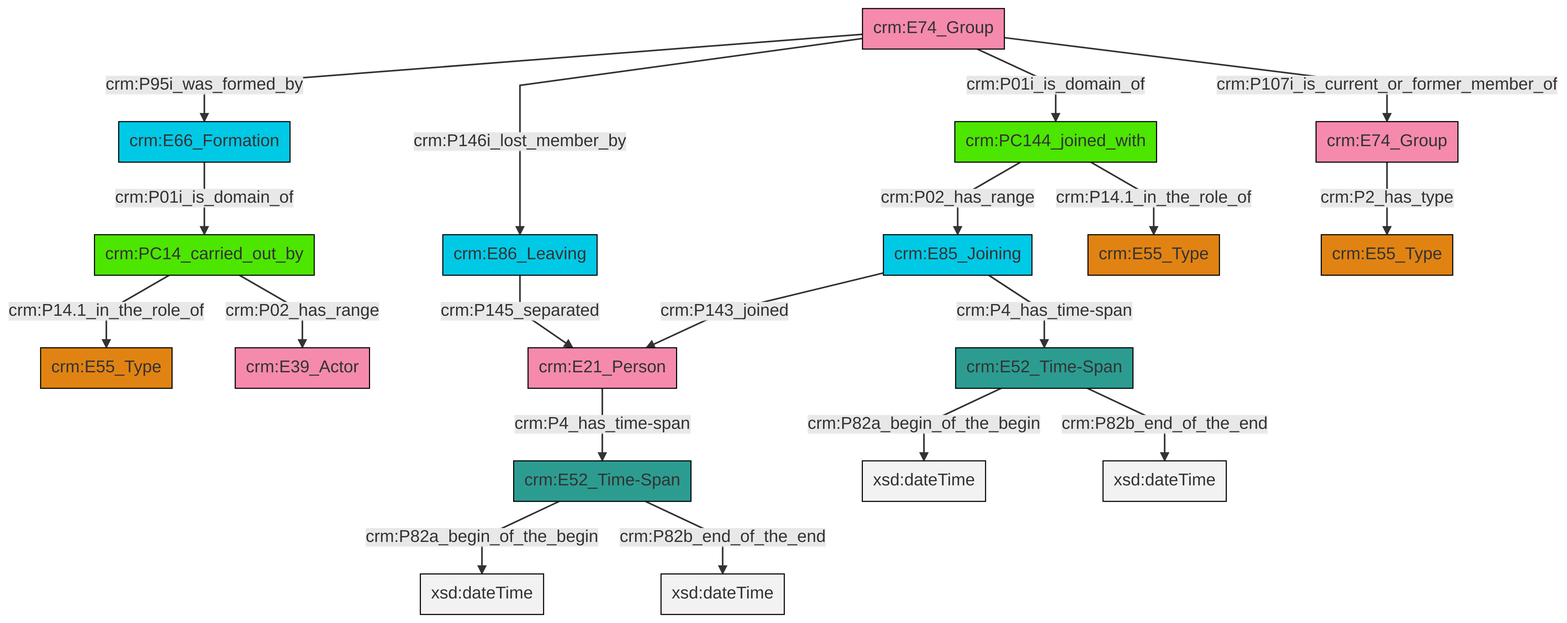
Before: et/groupCSV/ttl/mmd/png/group_actor_relations.png, a diagram exported from Mermaid (swiss-art-research-net/docs.swissartresearch). Its source is kept beside it as et/groupCSV/ttl/mmd/group_actor_relations.ttl.mmd.
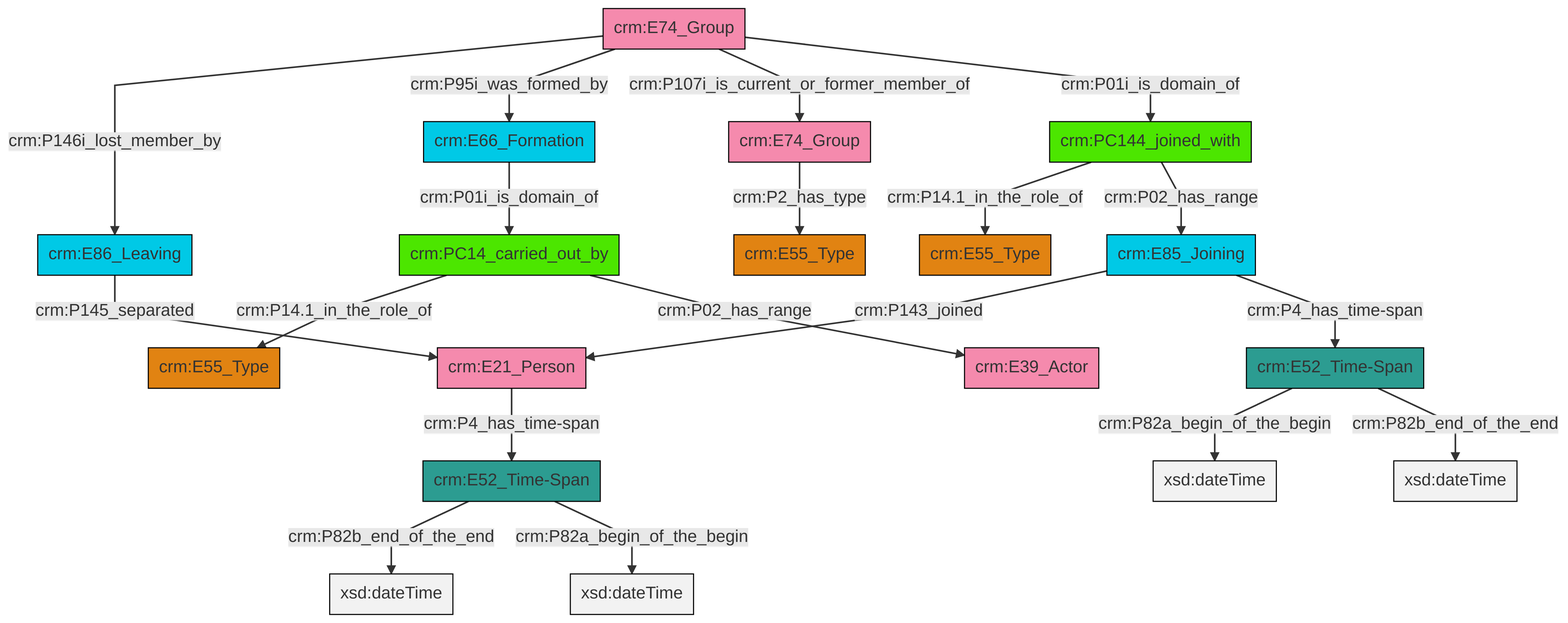
Above is the later version.

Change to the diagram source:
```diff
@@ -13,21 +13,21 @@
 classDef PC_Classes fill:#4ce600, stroke:#000000;
 classDef Multi fill:#cccccc,stroke:#000000;
 
-2["crm:PC144_joined_with"]:::PC_Classes -->|crm:P02_has_range| 3["crm:E85_Joining"]:::Temporal_Entity
-4["crm:E52_Time-Span"]:::Time-Span -->|crm:P82a_begin_of_the_begin| 5[xsd:dateTime]:::Literal
-3["crm:E85_Joining"]:::Temporal_Entity -->|crm:P143_joined| 9["crm:E21_Person"]:::Actor
-10["crm:E66_Formation"]:::Temporal_Entity -->|crm:P01i_is_domain_of| 11["crm:PC14_carried_out_by"]:::PC_Classes
-11["crm:PC14_carried_out_by"]:::PC_Classes -->|crm:P14.1_in_the_role_of| 12["crm:E55_Type"]:::Type
-13["crm:E52_Time-Span"]:::Time-Span -->|crm:P82a_begin_of_the_begin| 14[xsd:dateTime]:::Literal
-15["crm:E74_Group"]:::Actor -->|crm:P2_has_type| 16["crm:E55_Type"]:::Type
-4["crm:E52_Time-Span"]:::Time-Span -->|crm:P82b_end_of_the_end| 17[xsd:dateTime]:::Literal
-19["crm:E74_Group"]:::Actor -->|crm:P95i_was_formed_by| 10["crm:E66_Formation"]:::Temporal_Entity
-19["crm:E74_Group"]:::Actor -->|crm:P146i_lost_member_by| 20["crm:E86_Leaving"]:::Temporal_Entity
-13["crm:E52_Time-Span"]:::Time-Span -->|crm:P82b_end_of_the_end| 23[xsd:dateTime]:::Literal
-19["crm:E74_Group"]:::Actor -->|crm:P01i_is_domain_of| 2["crm:PC144_joined_with"]:::PC_Classes
-9["crm:E21_Person"]:::Actor -->|crm:P4_has_time-span| 4["crm:E52_Time-Span"]:::Time-Span
-19["crm:E74_Group"]:::Actor -->|crm:P107i_is_current_or_former_member_of| 15["crm:E74_Group"]:::Actor
-11["crm:PC14_carried_out_by"]:::PC_Classes -->|crm:P02_has_range| 7["crm:E39_Actor"]:::Actor
-20["crm:E86_Leaving"]:::Temporal_Entity -->|crm:P145_separated| 9["crm:E21_Person"]:::Actor
-3["crm:E85_Joining"]:::Temporal_Entity -->|crm:P4_has_time-span| 13["crm:E52_Time-Span"]:::Time-Span
-2["crm:PC144_joined_with"]:::PC_Classes -->|crm:P14.1_in_the_role_of| 0["crm:E55_Type"]:::Type
+2["crm:E52_Time-Span"]:::Time-Span -->|crm:P82b_end_of_the_end| 3[xsd:dateTime]:::Literal
+10["crm:PC144_joined_with"]:::PC_Classes -->|crm:P14.1_in_the_role_of| 11["crm:E55_Type"]:::Type
+0["crm:E74_Group"]:::Actor -->|crm:P146i_lost_member_by| 8["crm:E86_Leaving"]:::Temporal_Entity
+15["crm:E66_Formation"]:::Temporal_Entity -->|crm:P01i_is_domain_of| 16["crm:PC14_carried_out_by"]:::PC_Classes
+17["crm:E21_Person"]:::Actor -->|crm:P4_has_time-span| 2["crm:E52_Time-Span"]:::Time-Span
+10["crm:PC144_joined_with"]:::PC_Classes -->|crm:P02_has_range| 25["crm:E85_Joining"]:::Temporal_Entity
+0["crm:E74_Group"]:::Actor -->|crm:P95i_was_formed_by| 15["crm:E66_Formation"]:::Temporal_Entity
+22["crm:E52_Time-Span"]:::Time-Span -->|crm:P82a_begin_of_the_begin| 26[xsd:dateTime]:::Literal
+2["crm:E52_Time-Span"]:::Time-Span -->|crm:P82a_begin_of_the_begin| 27[xsd:dateTime]:::Literal
+0["crm:E74_Group"]:::Actor -->|crm:P107i_is_current_or_former_member_of| 4["crm:E74_Group"]:::Actor
+8["crm:E86_Leaving"]:::Temporal_Entity -->|crm:P145_separated| 17["crm:E21_Person"]:::Actor
+22["crm:E52_Time-Span"]:::Time-Span -->|crm:P82b_end_of_the_end| 32[xsd:dateTime]:::Literal
+16["crm:PC14_carried_out_by"]:::PC_Classes -->|crm:P14.1_in_the_role_of| 12["crm:E55_Type"]:::Type
+25["crm:E85_Joining"]:::Temporal_Entity -->|crm:P143_joined| 17["crm:E21_Person"]:::Actor
+4["crm:E74_Group"]:::Actor -->|crm:P2_has_type| 6["crm:E55_Type"]:::Type
+25["crm:E85_Joining"]:::Temporal_Entity -->|crm:P4_has_time-span| 22["crm:E52_Time-Span"]:::Time-Span
+0["crm:E74_Group"]:::Actor -->|crm:P01i_is_domain_of| 10["crm:PC144_joined_with"]:::PC_Classes
+16["crm:PC14_carried_out_by"]:::PC_Classes -->|crm:P02_has_range| 33["crm:E39_Actor"]:::Actor
```
